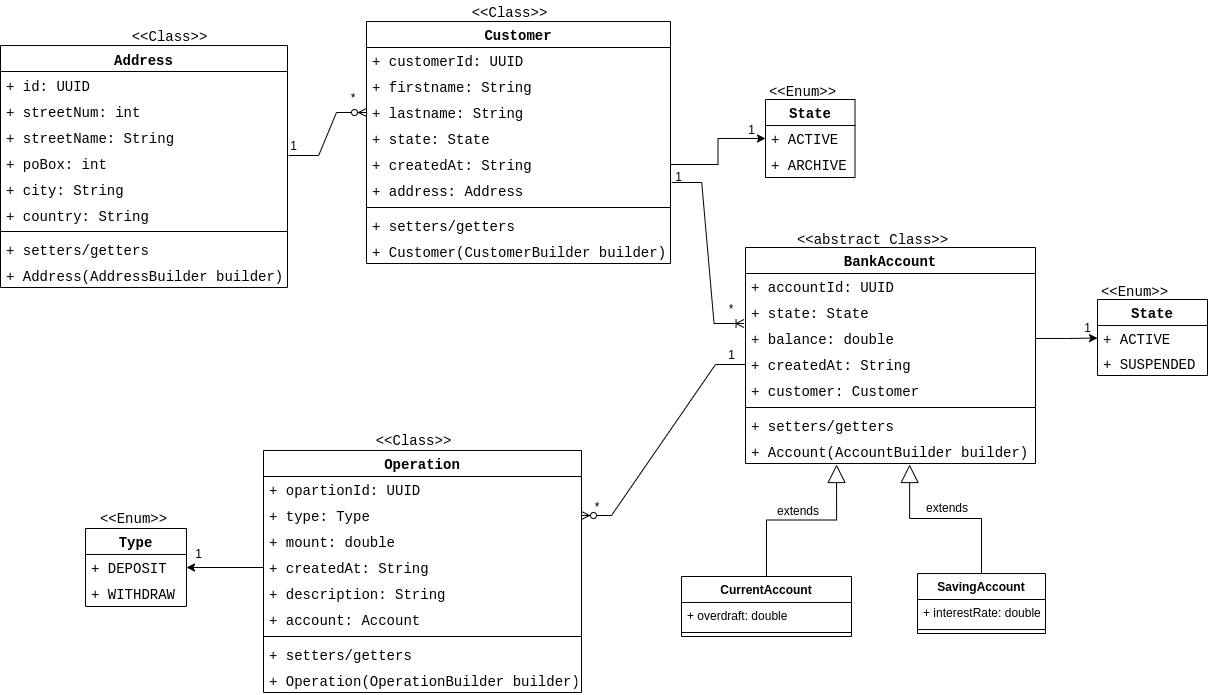
Before: assets/exalt-bank-account-conception.png, a diagram exported from draw.io (placidenduwayo1/exalt-kata-fullstak-bank-account-application). Source tidied: cells renumbered, new cells last; positions are measured from the earlier drawing's top-left corner, leaving out a move shared by most shapes.
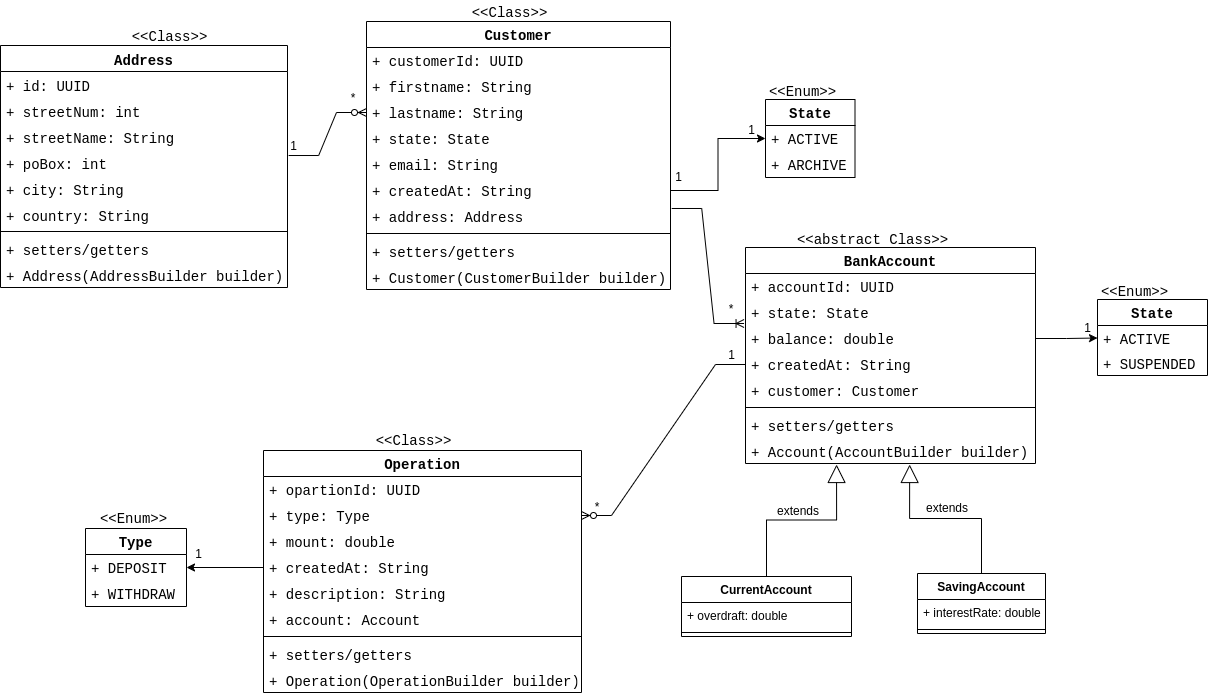
After the change.

Diff of the diagram source:
```diff
@@ -3,7 +3,7 @@
     <mxCell id="0" />
     <mxCell id="1" parent="0" />
     <mxCell id="2" value="Customer" style="swimlane;fontStyle=1;align=center;verticalAlign=top;horizontal=1;startSize=26;whiteSpace=wrap;html=1;fontSize=14;fontFamily=Courier New;" parent="1" vertex="1">
-      <mxGeometry x="366" y="21" width="304" height="242" as="geometry" />
+      <mxGeometry x="366" y="21" width="304" height="268" as="geometry" />
     </mxCell>
     <mxCell id="3" value="+ customerId: UUID" style="text;strokeColor=none;fillColor=none;align=left;verticalAlign=top;spacingLeft=4;spacingRight=4;overflow=hidden;whiteSpace=wrap;html=1;fontSize=14;fontFamily=Courier New;" parent="2" vertex="1">
       <mxGeometry y="26" width="304" height="26" as="geometry" />
@@ -17,20 +17,23 @@
     <mxCell id="6" value="+ state: State" style="text;strokeColor=none;fillColor=none;align=left;verticalAlign=top;spacingLeft=4;spacingRight=4;overflow=hidden;whiteSpace=wrap;html=1;fontSize=14;fontFamily=Courier New;" parent="2" vertex="1">
       <mxGeometry y="104" width="304" height="26" as="geometry" />
     </mxCell>
+    <mxCell id="82" value="+ email: String" style="text;strokeColor=none;fillColor=none;align=left;verticalAlign=top;spacingLeft=4;spacingRight=4;overflow=hidden;whiteSpace=wrap;html=1;fontSize=14;fontFamily=Courier New;" parent="2" vertex="1">
+      <mxGeometry y="130" width="304" height="26" as="geometry" />
+    </mxCell>
     <mxCell id="7" value="+ createdAt: String" style="text;strokeColor=none;fillColor=none;align=left;verticalAlign=top;spacingLeft=4;spacingRight=4;overflow=hidden;points=[[0,0.5],[1,0.5]];portConstraint=eastwest;whiteSpace=wrap;html=1;fontSize=14;fontFamily=Courier New;" parent="2" vertex="1">
-      <mxGeometry y="130" width="304" height="26" as="geometry" />
+      <mxGeometry y="156" width="304" height="26" as="geometry" />
     </mxCell>
     <mxCell id="8" value="+ address: Address" style="text;strokeColor=none;fillColor=none;align=left;verticalAlign=top;spacingLeft=4;spacingRight=4;overflow=hidden;points=[[0,0.5],[1,0.5]];portConstraint=eastwest;whiteSpace=wrap;html=1;fontSize=14;fontFamily=Courier New;" parent="2" vertex="1">
-      <mxGeometry y="156" width="304" height="26" as="geometry" />
+      <mxGeometry y="182" width="304" height="26" as="geometry" />
     </mxCell>
     <mxCell id="9" style="line;strokeWidth=1;fillColor=none;align=left;verticalAlign=middle;spacingTop=-1;spacingLeft=3;spacingRight=3;labelPosition=right;strokeColor=inherit;fontSize=14;fontFamily=Courier New;" parent="2" vertex="1">
-      <mxGeometry y="182" width="304" height="8" as="geometry" />
+      <mxGeometry y="208" width="304" height="8" as="geometry" />
     </mxCell>
     <mxCell id="10" value="+ setters/getters" style="text;strokeColor=none;fillColor=none;align=left;verticalAlign=top;spacingLeft=4;spacingRight=4;overflow=hidden;fontSize=14;fontFamily=Courier New;" parent="2" vertex="1">
-      <mxGeometry y="190" width="304" height="26" as="geometry" />
+      <mxGeometry y="216" width="304" height="26" as="geometry" />
     </mxCell>
     <mxCell id="11" value="+ Customer(CustomerBuilder builder)" style="text;strokeColor=none;fillColor=none;align=left;verticalAlign=top;spacingLeft=4;spacingRight=4;overflow=hidden;fontSize=14;fontFamily=Courier New;" parent="2" vertex="1">
-      <mxGeometry y="216" width="304" height="26" as="geometry" />
+      <mxGeometry y="242" width="304" height="26" as="geometry" />
     </mxCell>
     <mxCell id="12" value="Address" style="swimlane;fontStyle=1;align=center;verticalAlign=top;horizontal=1;startSize=26;fontSize=14;fontFamily=Courier New;" parent="1" vertex="1">
       <mxGeometry y="45" width="287" height="242" as="geometry" />
```
